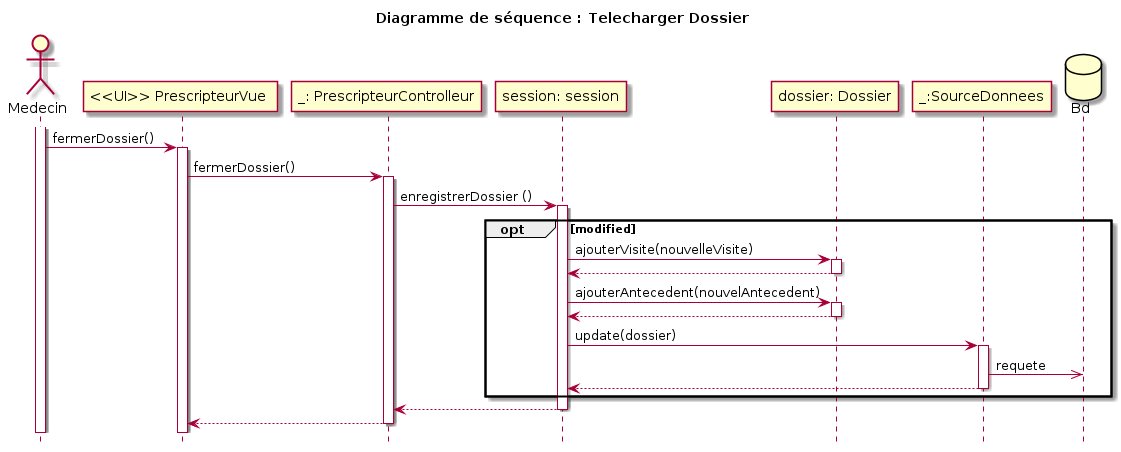
Above: models/Diagramme_Sequences/Enregistrer_dossier/sequence_diagram_enregistrer_dossier.png in fethiuqam/INF5153-Projet-Session (PlantUML), before the change. Its diagram source:
```plantuml
@startuml

title Diagramme de séquence : Telecharger Dossier
hide footbox

actor "Medecin" as doc

participant "<<UI>> PrescripteurVue " as pv
participant "_: PrescripteurControlleur" as pc
participant "session: session" as ses
participant "dossier: Dossier" as do
participant "_:SourceDonnees" as sd
database "Bd" as bd

activate doc
doc -> pv : fermerDossier()
activate pv
pv -> pc : fermerDossier()
activate pc
pc -> ses : enregistrerDossier ()
activate ses
opt modified
ses -> do : ajouterVisite(nouvelleVisite)
activate do
do --> ses
deactivate do
ses -> do : ajouterAntecedent(nouvelAntecedent)
activate do
do --> ses
deactivate do
ses -> sd : update(dossier)
activate sd
sd ->> bd : requete
sd --> ses
deactivate sd
end

ses --> pc
deactivate ses
pc --> pv
deactivate pc



@enduml
```
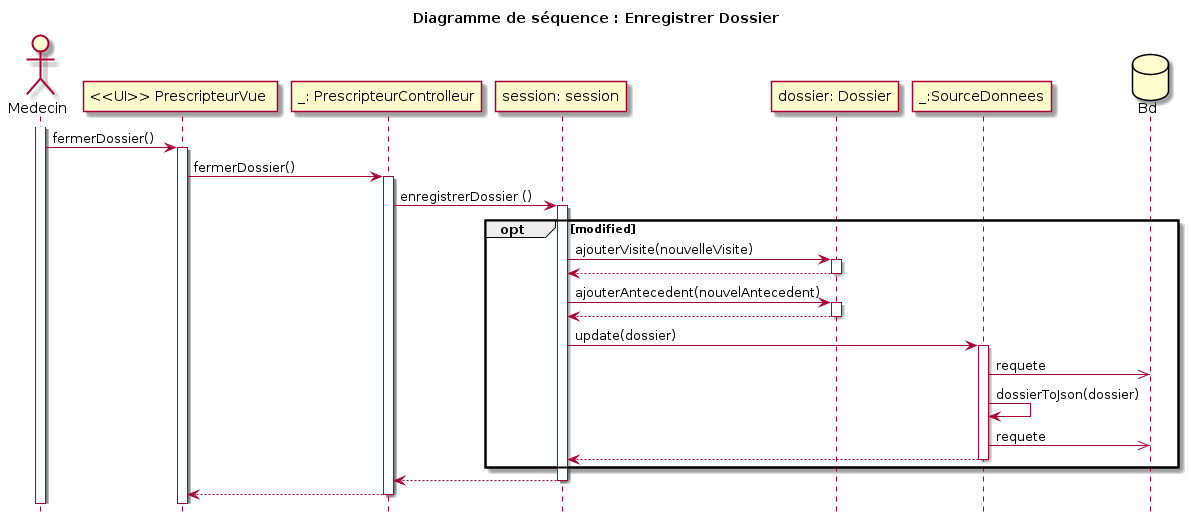
After the change.

Commit message:
modification du diag de sequence enregistrer dossier

Change to the diagram source:
```diff
@@ -1,6 +1,6 @@
 @startuml
 
-title Diagramme de séquence : Telecharger Dossier
+title Diagramme de séquence : Enregistrer Dossier
 hide footbox
 
 actor "Medecin" as doc
@@ -31,6 +31,8 @@
 ses -> sd : update(dossier)
 activate sd
 sd ->> bd : requete
+sd -> sd : dossierToJson(dossier)
+sd ->> bd : requete
 sd --> ses
 deactivate sd
 end
```
